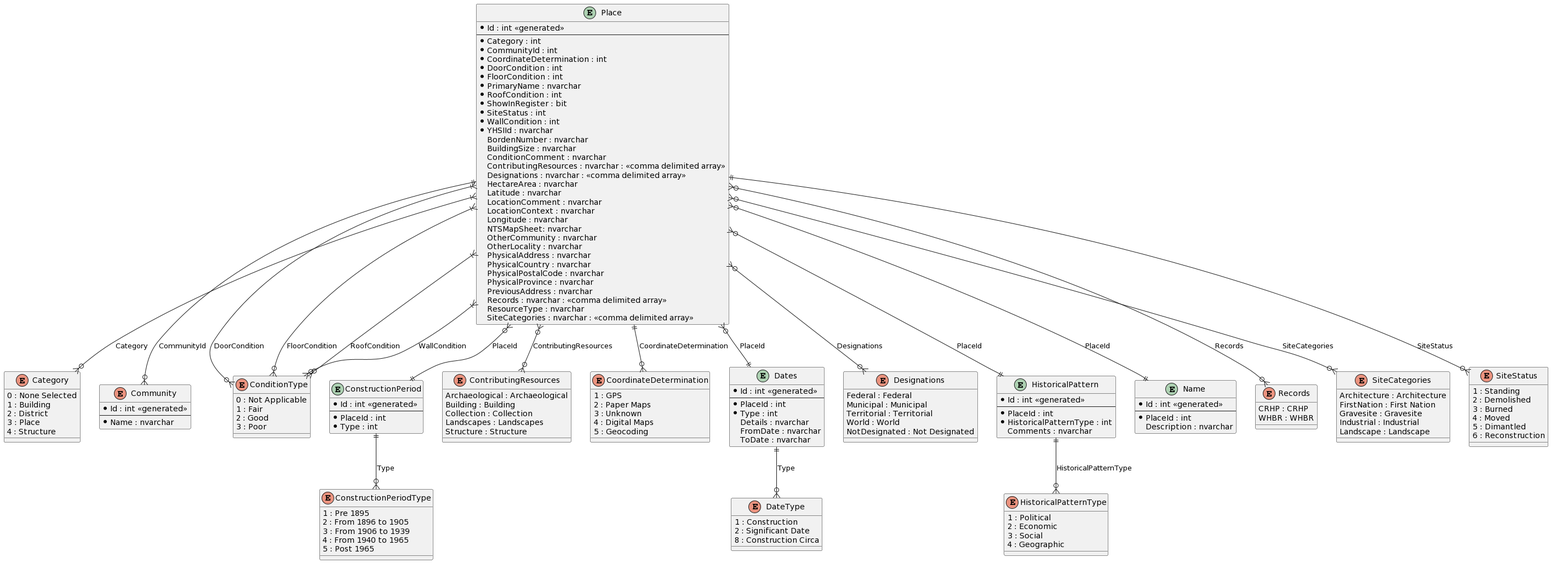
This is Design/change-tracking-and-approvals-data-modeling.png from ytgov/yhsi, a PlantUML export, as it was before one commit.
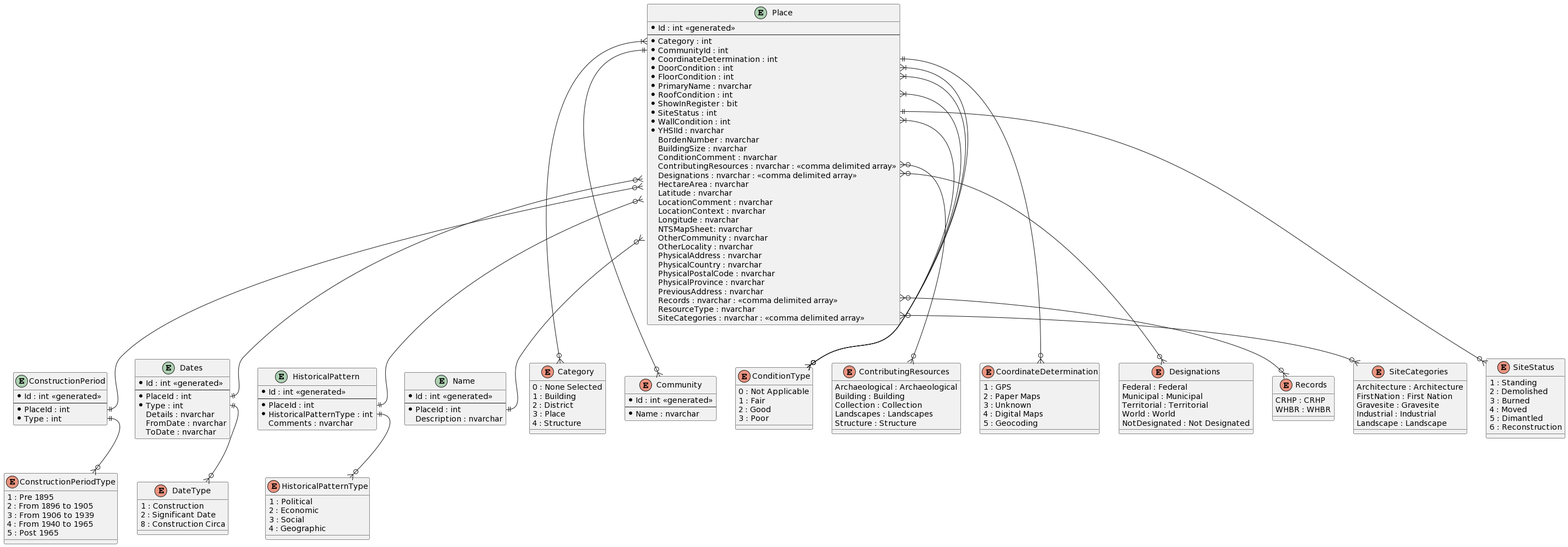
The same diagram one commit later.

Commit message:
:recycle: Improve ERD linkages; now shows fields that connect relationships.

What changed in the source:
```diff
@@ -1,5 +1,5 @@
 @startuml
-entity "Place" as place {
+entity Place {
   * Id : int <<generated>>
   --
   * Category : int
@@ -36,7 +36,7 @@
   SiteCategories : nvarchar : <<comma delimited array>>
 }
 
-enum "Category" as category {
+enum Category {
   0 : None Selected
   1 : Building
   2 : District
@@ -44,27 +44,27 @@
   4 : Structure
 }
 
-enum "Community" as community {
+enum Community {
   * Id : int <<generated>>
   --
   * Name : nvarchar
 }
 
-enum "ConditionType" as condition_type {
+enum ConditionType {
   0 : Not Applicable
   1 : Fair
   2 : Good
   3 : Poor
 }
 
-entity "ConstructionPeriod" as construction_period {
+entity ConstructionPeriod {
   * Id : int <<generated>>
   --
   * PlaceId : int
   * Type : int
 }
 
-enum "ConstructionPeriodType" as construction_period_type {
+enum ConstructionPeriodType {
   1 : Pre 1895
   2 : From 1896 to 1905
   3 : From 1906 to 1939
@@ -72,7 +72,7 @@
   5 : Post 1965
 }
 
-enum "ContributingResources" as contributing_resources {
+enum ContributingResources {
   Archaeological : Archaeological
   Building : Building
   Collection : Collection
@@ -80,7 +80,7 @@
   Structure : Structure
 }
 
-enum "CoordinateDetermination" as coordinate_determination {
+enum CoordinateDetermination {
   1 : GPS
   2 : Paper Maps
   3 : Unknown
@@ -88,7 +88,7 @@
   5 : Geocoding
 }
 
-entity "Dates" as dates {
+entity Dates {
   * Id : int <<generated>>
   --
   * PlaceId : int
@@ -98,13 +98,13 @@
   ToDate : nvarchar
 }
 
-enum "DateType" as date_type {
+enum DateType {
   1 : Construction
   2 : Significant Date
   8 : Construction Circa
 }
 
-enum "Designations" as designations {
+enum Designations {
   Federal : Federal
   Municipal : Municipal
   Territorial : Territorial
@@ -112,7 +112,7 @@
   NotDesignated : Not Designated
 }
 
-entity "HistoricalPattern" as historical_pattern {
+entity HistoricalPattern {
   * Id : int <<generated>>
   --
   * PlaceId : int
@@ -120,26 +120,26 @@
   Comments : nvarchar
 }
 
-enum "HistoricalPatternType" as historical_pattern_type {
+enum HistoricalPatternType {
   1 : Political
   2 : Economic
   3 : Social
   4 : Geographic
 }
 
-entity "Name" as name {
+entity Name {
   * Id : int <<generated>>
   --
   * PlaceId : int
   Description : nvarchar
 }
 
-enum "Records" as records {
+enum Records {
   CRHP : CRHP
   WHBR : WHBR
 }
 
-enum "SiteCategories" as site_categories {
+enum SiteCategories {
   Architecture : Architecture
   FirstNation : First Nation
   Gravesite : Gravesite
@@ -147,7 +147,7 @@
   Landscape : Landscape
 }
 
-enum "SiteStatus" as site_status {
+enum SiteStatus {
   1 : Standing
   2 : Demolished
   3 : Burned
@@ -156,23 +156,23 @@
   6 : Reconstruction
 }
 
-place }|--o{ category : Category
-place ||--o{ community : CommunityId
-place }|--o{ condition_type : DoorCondition
-place }|--o{ condition_type : FloorCondition
-place }|--o{ condition_type : RoofCondition
-place }|--o{ condition_type : WallCondition
-place }o--|| construction_period : PlaceId
-place }o--o{ contributing_resources : ContributingResources
-place ||--o{ coordinate_determination : CoordinateDetermination
-place }o--|| dates : PlaceId
-place }o--o{ designations : Designations
-place }o--|| historical_pattern : PlaceId
-place }o--|| name : PlaceId
-place }o--o{ records : Records
-place }o--o{ site_categories : SiteCategories
-place ||--o{ site_status : SiteStatus
-historical_pattern ||--o{ historical_pattern_type : HistoricalPatternType
-dates ||--o{ date_type : Type
-construction_period ||--o{ construction_period_type : Type
+Place::Category }|--o{ Category
+Place::CommunityId ||--o{ Community
+Place::DoorCondition }|--o{ ConditionType
+Place::FloorCondition }|--o{ ConditionType
+Place::RoofCondition }|--o{ ConditionType
+Place::WallCondition }|--o{ ConditionType
+Place }o--|| ConstructionPeriod::PlaceId
+Place::ContributingResources }o--o{ ContributingResources
+Place::CoordinateDetermination ||--o{ CoordinateDetermination
+Place }o--|| Dates::PlaceId
+Place::Designations }o--o{ Designations
+Place }o--|| HistoricalPattern::PlaceId
+Place }o--|| Name::PlaceId
+Place::Records }o--o{ Records
+Place::SiteCategories }o--o{ SiteCategories
+Place::SiteStatus ||--o{ SiteStatus
+HistoricalPattern::HistoricalPatternType ||--o{ HistoricalPatternType
+Dates::Type ||--o{ DateType
+ConstructionPeriod::Type ||--o{ ConstructionPeriodType
 @enduml
```
